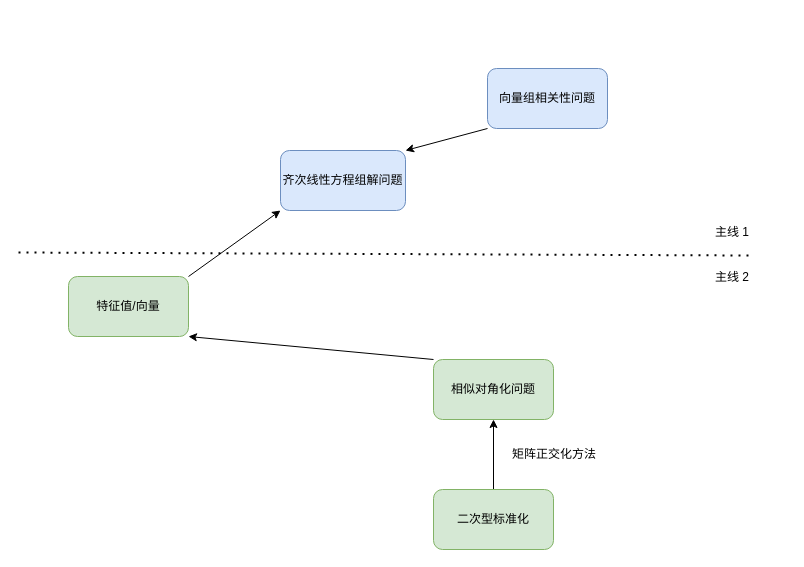
gaohongy/drawio keeps this draw.io diagram as math.drawio. Above is the earlier version. Source tidied: cells renumbered, new cells numbered last; positions are measured from the earlier drawing's top-left corner, leaving out a move shared by most shapes. Both pictures are drawn from the tidied source at 100%, with x=0, y=0 at pixel (18, 68).
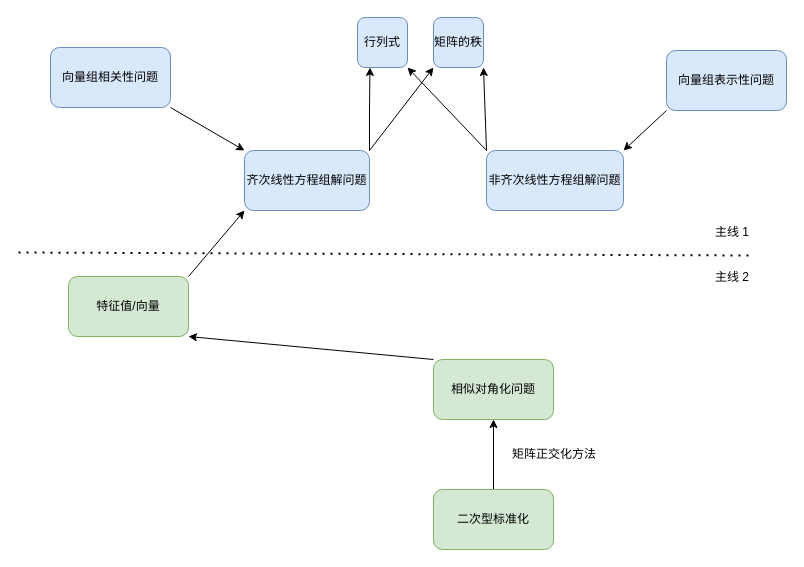
The same page after the edit.

Change to the diagram source:
```diff
@@
+    <mxCell id="15" style="edgeStyle=orthogonalEdgeStyle;rounded=0;jettySize=auto;html=1;exitX=1;exitY=0;exitDx=0;exitDy=0;entryX=0.25;entryY=1;entryDx=0;entryDy=0;" parent="1" edge="1" source="2" target="22">
+      <mxGeometry relative="1" as="geometry" />
+    </mxCell>
+    <mxCell id="16" style="rounded=0;jettySize=auto;html=1;exitX=1;exitY=0;exitDx=0;exitDy=0;entryX=0;entryY=1;entryDx=0;entryDy=0;" parent="1" edge="1" source="2" target="23">
+      <mxGeometry relative="1" as="geometry" />
+    </mxCell>
     <mxCell id="2" value="齐次线性方程组解问题" style="rounded=1;whiteSpace=wrap;html=1;fillColor=#dae8fc;strokeColor=#6c8ebf;" parent="1" vertex="1">
-      <mxGeometry x="262" y="82" width="125" height="60" as="geometry" />
+      <mxGeometry x="226" y="82" width="125" height="60" as="geometry" />
     </mxCell>
@@
-    <mxCell id="13" style="rounded=0;jettySize=auto;html=1;exitX=0;exitY=1;exitDx=0;exitDy=0;entryX=1;entryY=0;entryDx=0;entryDy=0;" parent="1" edge="1" source="14" target="2">
+    <mxCell id="13" style="rounded=0;jettySize=auto;html=1;exitX=1;exitY=1;exitDx=0;exitDy=0;entryX=0;entryY=0;entryDx=0;entryDy=0;" parent="1" edge="1" source="14" target="2">
       <mxGeometry relative="1" as="geometry" />
     </mxCell>
     <mxCell id="14" value="向量组相关性问题" style="rounded=1;whiteSpace=wrap;html=1;fillColor=#dae8fc;strokeColor=#6c8ebf;" parent="1" vertex="1">
-      <mxGeometry x="469" width="120" height="60" as="geometry" />
+      <mxGeometry x="32" y="-21" width="120" height="60" as="geometry" />
     </mxCell>
+    <mxCell id="17" style="rounded=0;jettySize=auto;html=1;exitX=0;exitY=0;exitDx=0;exitDy=0;entryX=1;entryY=1;entryDx=0;entryDy=0;" parent="1" edge="1" source="19" target="22">
+      <mxGeometry relative="1" as="geometry" />
+    </mxCell>
+    <mxCell id="18" style="rounded=0;jettySize=auto;html=1;exitX=0;exitY=0;exitDx=0;exitDy=0;entryX=1;entryY=1;entryDx=0;entryDy=0;" parent="1" edge="1" source="19" target="23">
+      <mxGeometry relative="1" as="geometry" />
+    </mxCell>
+    <mxCell id="19" value="非齐次线性方程组解问题" style="rounded=1;whiteSpace=wrap;html=1;fillColor=#dae8fc;strokeColor=#6c8ebf;" parent="1" vertex="1">
+      <mxGeometry x="468" y="82" width="137" height="60" as="geometry" />
+    </mxCell>
+    <mxCell id="20" style="rounded=0;jettySize=auto;html=1;exitX=0;exitY=1;exitDx=0;exitDy=0;entryX=1;entryY=0;entryDx=0;entryDy=0;" parent="1" edge="1" source="21" target="19">
+      <mxGeometry relative="1" as="geometry" />
+    </mxCell>
+    <mxCell id="21" value="向量组表示性问题" style="rounded=1;whiteSpace=wrap;html=1;fillColor=#dae8fc;strokeColor=#6c8ebf;" parent="1" vertex="1">
+      <mxGeometry x="648" y="-18" width="120" height="60" as="geometry" />
+    </mxCell>
+    <mxCell id="22" value="行列式" style="rounded=1;whiteSpace=wrap;html=1;fillColor=#dae8fc;strokeColor=#6c8ebf;" parent="1" vertex="1">
+      <mxGeometry x="339" y="-51" width="50" height="50" as="geometry" />
+    </mxCell>
+    <mxCell id="23" value="矩阵的秩" style="rounded=1;whiteSpace=wrap;html=1;fillColor=#dae8fc;strokeColor=#6c8ebf;" parent="1" vertex="1">
+      <mxGeometry x="415" y="-51" width="50" height="50" as="geometry" />
+    </mxCell>
```
